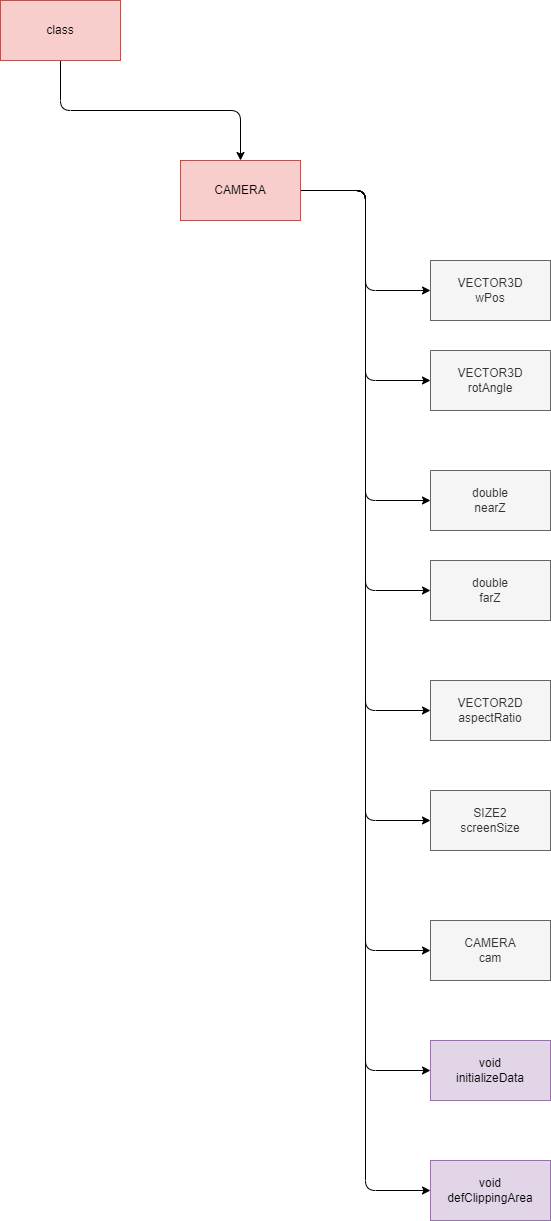
This is drawio/files/camera/h.drawio.png from Tanso-mct/GLPA, a draw.io export, as it was before one commit. Source tidied: cells renumbered, new cells last; positions are measured from the earlier drawing's top-left corner, leaving out a move shared by most shapes.
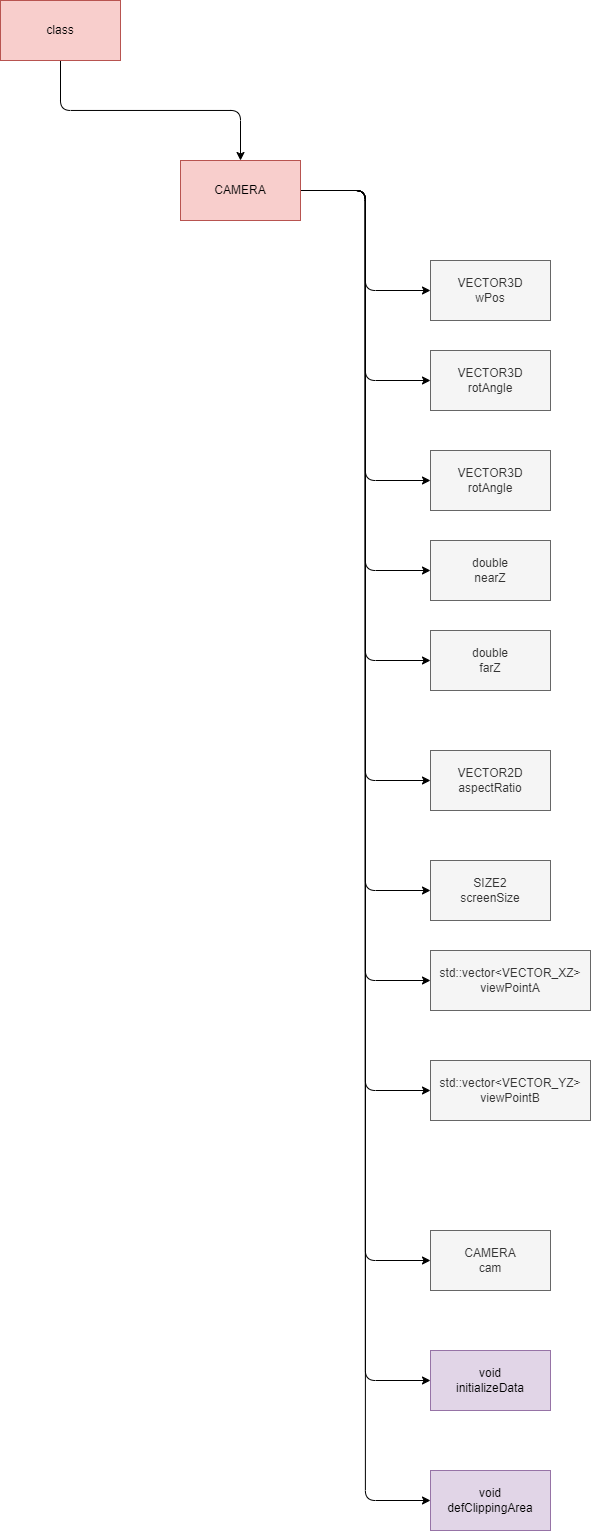
The same file after the commit.

Change to the diagram source:
```diff
@@ -35,6 +35,15 @@
     <mxCell id="12" style="edgeStyle=elbowEdgeStyle;html=1;" parent="1" edge="1" source="13" target="22">
       <mxGeometry relative="1" as="geometry" />
     </mxCell>
+    <mxCell id="23" style="edgeStyle=elbowEdgeStyle;html=1;fontFamily=Helvetica;fontSize=12;fontColor=#333333;" parent="1" edge="1" source="13" target="26">
+      <mxGeometry relative="1" as="geometry" />
+    </mxCell>
+    <mxCell id="24" style="edgeStyle=elbowEdgeStyle;html=1;fontFamily=Helvetica;fontSize=12;fontColor=#333333;" parent="1" edge="1" source="13" target="27">
+      <mxGeometry relative="1" as="geometry" />
+    </mxCell>
+    <mxCell id="25" style="edgeStyle=elbowEdgeStyle;html=1;fontFamily=Helvetica;fontSize=12;fontColor=#333333;" parent="1" edge="1" source="13" target="28">
+      <mxGeometry relative="1" as="geometry" />
+    </mxCell>
     <mxCell id="13" value="CAMERA" style="whiteSpace=wrap;html=1;strokeColor=#b85450;fontFamily=Helvetica;fontSize=12;fillColor=#f8cecc;" parent="1" vertex="1">
       <mxGeometry x="180" y="160" width="120" height="60" as="geometry" />
     </mxCell>
@@ -45,25 +54,34 @@
       <mxGeometry x="430" y="350" width="120" height="60" as="geometry" />
     </mxCell>
     <mxCell id="16" value="SIZE2&lt;br&gt;screenSize" style="whiteSpace=wrap;html=1;strokeColor=#666666;fontFamily=Helvetica;fontSize=12;fontColor=#333333;fillColor=#f5f5f5;" parent="1" vertex="1">
-      <mxGeometry x="430" y="790" width="120" height="60" as="geometry" />
+      <mxGeometry x="430" y="860" width="120" height="60" as="geometry" />
     </mxCell>
     <mxCell id="17" value="double&lt;br&gt;nearZ" style="whiteSpace=wrap;html=1;strokeColor=#666666;fontFamily=Helvetica;fontSize=12;fontColor=#333333;fillColor=#f5f5f5;" parent="1" vertex="1">
-      <mxGeometry x="430" y="470" width="120" height="60" as="geometry" />
+      <mxGeometry x="430" y="540" width="120" height="60" as="geometry" />
     </mxCell>
     <mxCell id="18" value="double&lt;br&gt;farZ" style="whiteSpace=wrap;html=1;strokeColor=#666666;fontFamily=Helvetica;fontSize=12;fontColor=#333333;fillColor=#f5f5f5;" parent="1" vertex="1">
-      <mxGeometry x="430" y="560" width="120" height="60" as="geometry" />
+      <mxGeometry x="430" y="630" width="120" height="60" as="geometry" />
     </mxCell>
     <mxCell id="19" value="VECTOR2D&lt;br&gt;aspectRatio" style="whiteSpace=wrap;html=1;strokeColor=#666666;fontFamily=Helvetica;fontSize=12;fontColor=#333333;fillColor=#f5f5f5;" parent="1" vertex="1">
-      <mxGeometry x="430" y="680" width="120" height="60" as="geometry" />
+      <mxGeometry x="430" y="750" width="120" height="60" as="geometry" />
     </mxCell>
     <mxCell id="20" value="CAMERA&lt;br&gt;cam" style="whiteSpace=wrap;html=1;strokeColor=#666666;fontFamily=Helvetica;fontSize=12;fontColor=#333333;fillColor=#f5f5f5;" parent="1" vertex="1">
-      <mxGeometry x="430" y="920" width="120" height="60" as="geometry" />
+      <mxGeometry x="430" y="1230" width="120" height="60" as="geometry" />
     </mxCell>
     <mxCell id="21" value="void&lt;br&gt;initializeData" style="whiteSpace=wrap;html=1;strokeColor=#9673a6;fontFamily=Helvetica;fontSize=12;fillColor=#e1d5e7;" parent="1" vertex="1">
-      <mxGeometry x="430" y="1040" width="120" height="60" as="geometry" />
+      <mxGeometry x="430" y="1350" width="120" height="60" as="geometry" />
     </mxCell>
     <mxCell id="22" value="void&lt;br&gt;defClippingArea" style="whiteSpace=wrap;html=1;strokeColor=#9673a6;fontFamily=Helvetica;fontSize=12;fillColor=#e1d5e7;" parent="1" vertex="1">
-      <mxGeometry x="430" y="1160" width="120" height="60" as="geometry" />
+      <mxGeometry x="430" y="1470" width="120" height="60" as="geometry" />
     </mxCell>
+    <mxCell id="26" value="std::vector&amp;lt;VECTOR_XZ&amp;gt;&lt;br&gt;viewPointA" style="whiteSpace=wrap;html=1;strokeColor=#666666;fontFamily=Helvetica;fontSize=12;fontColor=#333333;fillColor=#f5f5f5;" parent="1" vertex="1">
+      <mxGeometry x="430" y="950" width="160" height="60" as="geometry" />
+    </mxCell>
+    <mxCell id="27" value="std::vector&amp;lt;VECTOR_YZ&amp;gt;&lt;br style=&quot;border-color: var(--border-color);&quot;&gt;viewPointB" style="whiteSpace=wrap;html=1;strokeColor=#666666;fontFamily=Helvetica;fontSize=12;fontColor=#333333;fillColor=#f5f5f5;" parent="1" vertex="1">
+      <mxGeometry x="430" y="1060" width="160" height="60" as="geometry" />
+    </mxCell>
+    <mxCell id="28" value="VECTOR3D&lt;br&gt;rotAngle" style="whiteSpace=wrap;html=1;strokeColor=#666666;fontFamily=Helvetica;fontSize=12;fontColor=#333333;fillColor=#f5f5f5;" parent="1" vertex="1">
+      <mxGeometry x="430" y="450" width="120" height="60" as="geometry" />
+    </mxCell>
   </root>
 </mxGraphModel>
```
